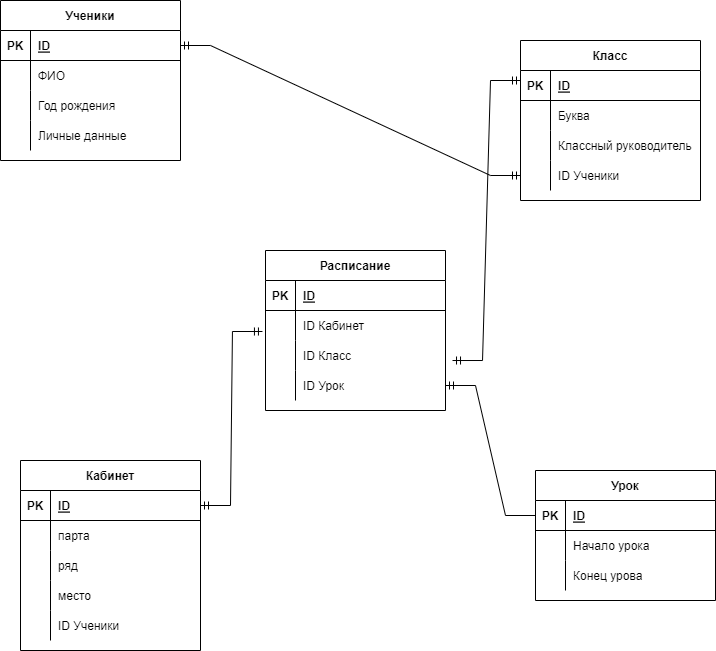
The draw.io diagram Untitled Diagram.drawio.png in katya-prudnikova/-, before a commit. Source tidied: cells renumbered, new cells last; positions are measured from the earlier drawing's top-left corner, leaving out a move shared by most shapes.
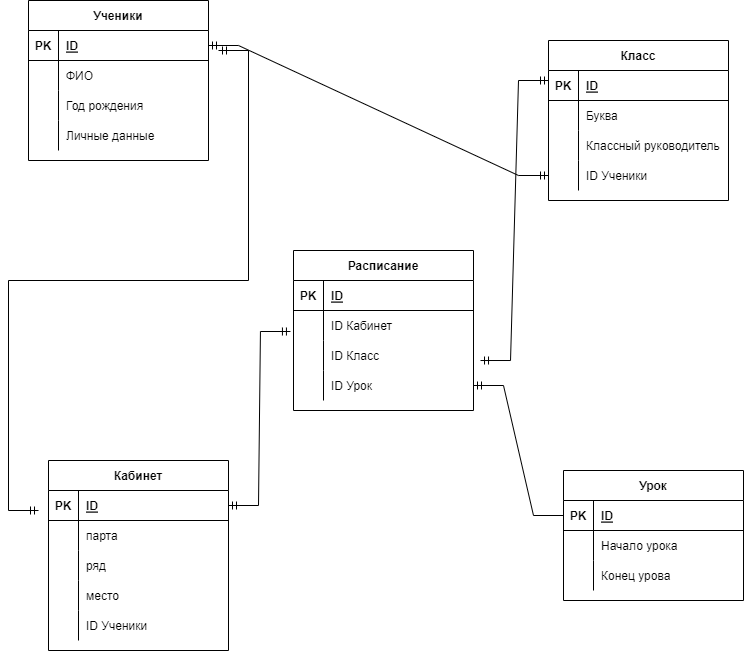
Later version of the same file.

Change to the diagram source:
```diff
@@ -209,5 +209,11 @@
     <mxCell id="70" style="edgeStyle=entityRelationEdgeStyle;fontSize=12;html=1;endArrow=ERmandOne;startArrow=ERmandOne;rounded=0;entryX=0;entryY=0.25;entryDx=0;entryDy=0;exitX=1.039;exitY=0.667;exitDx=0;exitDy=0;exitPerimeter=0;" parent="1" edge="1" source="51" target="15">
       <mxGeometry relative="1" as="geometry" />
     </mxCell>
+    <mxCell id="71" style="edgeStyle=entityRelationEdgeStyle;fontSize=12;html=1;endArrow=ERmandOne;startArrow=ERmandOne;rounded=0;" parent="1" edge="1">
+      <mxGeometry relative="1" as="geometry">
+        <mxPoint x="190" y="50" as="sourcePoint" />
+        <mxPoint x="10" y="510" as="targetPoint" />
+      </mxGeometry>
+    </mxCell>
   </root>
 </mxGraphModel>
```
